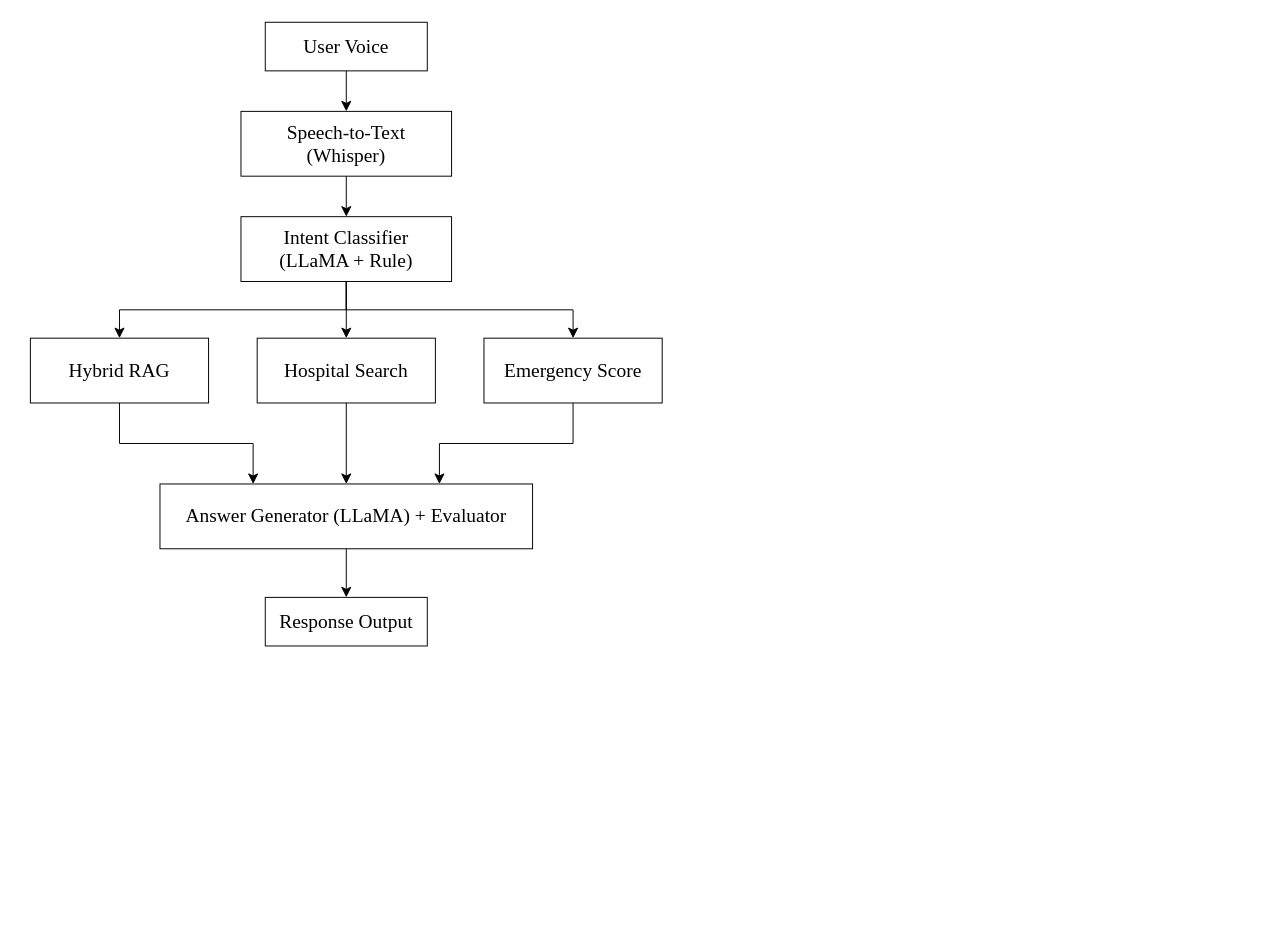
Earlier version of the draw.io diagram docs/system_architecture.drawio (lg-hellovision-dx-data-school/LGHelloDoctor). Source tidied: cells renumbered, new cells numbered last; positions are measured from the earlier drawing's top-left corner, leaving out a move shared by most shapes. Both pictures are drawn from the tidied source at 81%, with x=0, y=0 at pixel (30, 22).
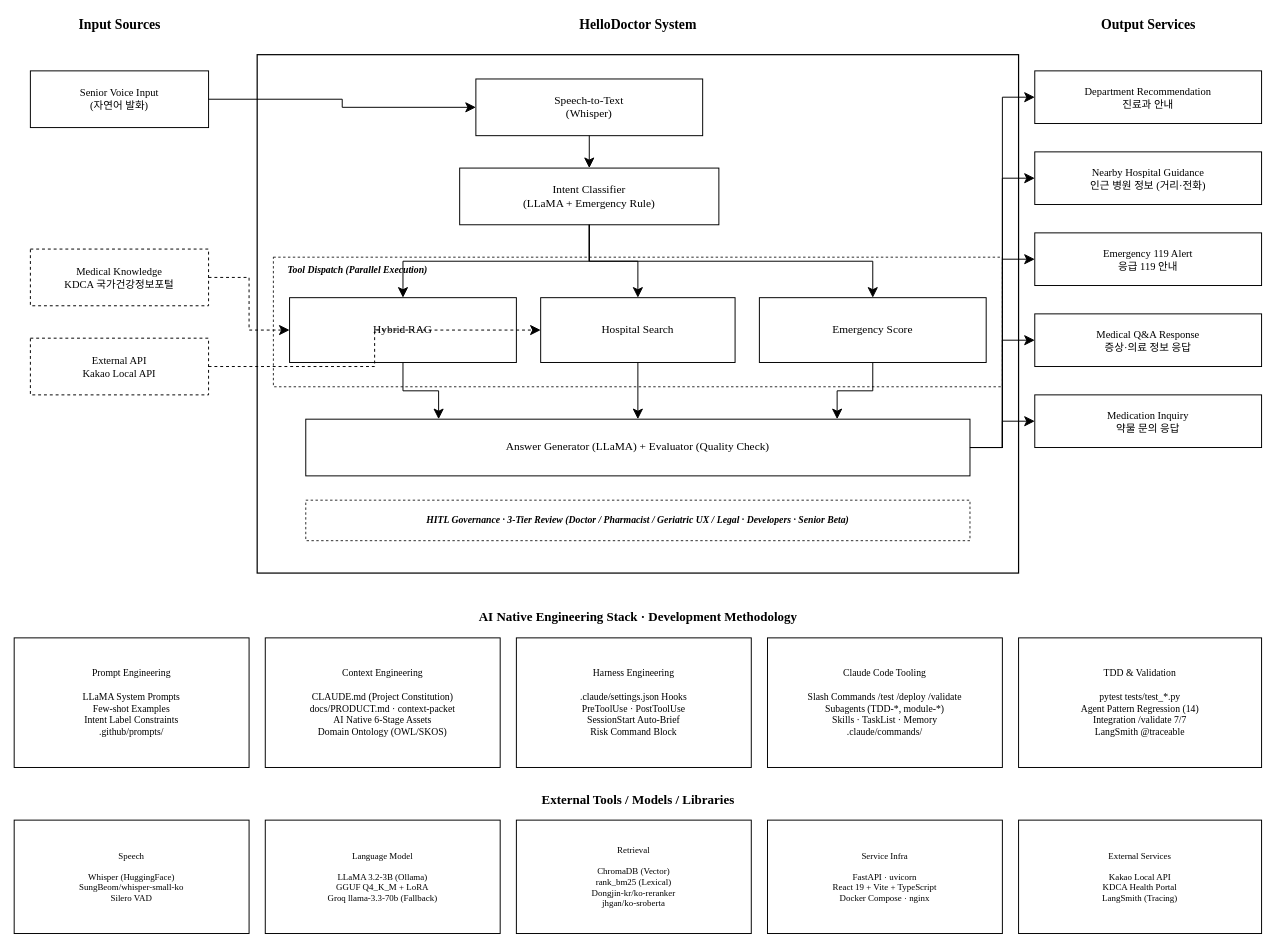
After the change.

The edit, as a diff of the source:
```diff
@@
-    <mxCell id="2" value="User Voice" style="rounded=0;whiteSpace=wrap;html=1;fillColor=#FFFFFF;strokeColor=#000000;fontSize=24;align=center;fontFamily=Times New Roman;fontColor=#000000;strokeWidth=1.2;" parent="1" vertex="1">
-      <mxGeometry x="290" width="200" height="60" as="geometry" />
-    </mxCell>
+    <mxCell id="19" value="Input Sources" style="text;html=1;align=center;verticalAlign=middle;fontSize=17;fontStyle=1;fontFamily=Times New Roman;fontColor=#000000;" parent="1" vertex="1">
+      <mxGeometry x="-20" y="-10" width="260" height="28" as="geometry" />
+    </mxCell>
+    <mxCell id="20" value="HelloDoctor System" style="text;html=1;align=center;verticalAlign=middle;fontSize=17;fontStyle=1;fontFamily=Times New Roman;fontColor=#000000;" parent="1" vertex="1">
+      <mxGeometry x="300" y="-10" width="900" height="28" as="geometry" />
+    </mxCell>
+    <mxCell id="21" value="Output Services" style="text;html=1;align=center;verticalAlign=middle;fontSize=17;fontStyle=1;fontFamily=Times New Roman;fontColor=#000000;" parent="1" vertex="1">
+      <mxGeometry x="1240" y="-10" width="280" height="28" as="geometry" />
+    </mxCell>
+    <mxCell id="22" value="Senior Voice Input&#10;(자연어 발화)" style="rounded=0;whiteSpace=wrap;html=1;fillColor=#FFFFFF;strokeColor=#000000;fontSize=13;align=center;fontFamily=Times New Roman;fontColor=#000000;strokeWidth=1.2;spacing=6;" parent="1" vertex="1">
+      <mxGeometry y="60" width="220" height="70" as="geometry" />
+    </mxCell>
+    <mxCell id="23" value="Medical Knowledge&#10;KDCA 국가건강정보포털" style="rounded=0;whiteSpace=wrap;html=1;fillColor=#FFFFFF;strokeColor=#000000;fontSize=13;align=center;fontFamily=Times New Roman;fontColor=#000000;strokeWidth=1.2;spacing=6;dashed=1;" parent="1" vertex="1">
+      <mxGeometry y="280" width="220" height="70" as="geometry" />
+    </mxCell>
+    <mxCell id="24" value="External API&#10;Kakao Local API" style="rounded=0;whiteSpace=wrap;html=1;fillColor=#FFFFFF;strokeColor=#000000;fontSize=13;align=center;fontFamily=Times New Roman;fontColor=#000000;strokeWidth=1.2;spacing=6;dashed=1;" parent="1" vertex="1">
+      <mxGeometry y="390" width="220" height="70" as="geometry" />
+    </mxCell>
+    <mxCell id="25" style="rounded=0;whiteSpace=wrap;html=1;fillColor=none;strokeColor=#000000;strokeWidth=1.5;" parent="1" vertex="1">
+      <mxGeometry x="280" y="40" width="940" height="640" as="geometry" />
+    </mxCell>
-    <mxCell id="3" value="Speech-to-Text&#10;(Whisper)" style="rounded=0;whiteSpace=wrap;html=1;fillColor=#FFFFFF;strokeColor=#000000;fontSize=24;align=center;fontFamily=Times New Roman;fontColor=#000000;strokeWidth=1.2;" parent="1" vertex="1">
-      <mxGeometry x="260" y="110" width="260" height="80" as="geometry" />
+    <mxCell id="3" value="Speech-to-Text&#10;(Whisper)" style="rounded=0;whiteSpace=wrap;html=1;fillColor=#FFFFFF;strokeColor=#000000;fontSize=14;align=center;fontFamily=Times New Roman;fontColor=#000000;strokeWidth=1.2;spacing=6;" parent="1" vertex="1">
+      <mxGeometry x="550" y="70" width="280" height="70" as="geometry" />
     </mxCell>
-    <mxCell id="4" value="Intent Classifier&#10;(LLaMA + Rule)" style="rounded=0;whiteSpace=wrap;html=1;fillColor=#FFFFFF;strokeColor=#000000;fontSize=24;align=center;fontFamily=Times New Roman;fontColor=#000000;strokeWidth=1.2;" parent="1" vertex="1">
-      <mxGeometry x="260" y="240" width="260" height="80" as="geometry" />
+    <mxCell id="4" value="Intent Classifier&#10;(LLaMA + Emergency Rule)" style="rounded=0;whiteSpace=wrap;html=1;fillColor=#FFFFFF;strokeColor=#000000;fontSize=14;align=center;fontFamily=Times New Roman;fontColor=#000000;strokeWidth=1.2;spacing=6;" parent="1" vertex="1">
+      <mxGeometry x="530" y="180" width="320" height="70" as="geometry" />
     </mxCell>
+    <mxCell id="26" style="rounded=0;whiteSpace=wrap;html=1;fillColor=none;strokeColor=#000000;strokeWidth=1;dashed=1;" parent="1" vertex="1">
+      <mxGeometry x="300" y="290" width="900" height="160" as="geometry" />
+    </mxCell>
+    <mxCell id="27" value="Tool Dispatch  (Parallel Execution)" style="text;html=1;align=left;verticalAlign=middle;fontSize=12;fontStyle=3;fontFamily=Times New Roman;fontColor=#000000;" parent="1" vertex="1">
+      <mxGeometry x="316" y="296" width="260" height="20" as="geometry" />
+    </mxCell>
-    <mxCell id="5" value="Hybrid RAG" style="rounded=0;whiteSpace=wrap;html=1;fillColor=#FFFFFF;strokeColor=#000000;fontSize=24;align=center;fontFamily=Times New Roman;fontColor=#000000;strokeWidth=1.2;" parent="1" vertex="1">
-      <mxGeometry y="390" width="220" height="80" as="geometry" />
+    <mxCell id="5" value="Hybrid RAG" style="rounded=0;whiteSpace=wrap;html=1;fillColor=#FFFFFF;strokeColor=#000000;fontSize=14;align=center;fontFamily=Times New Roman;fontColor=#000000;strokeWidth=1.2;spacing=6;" parent="1" vertex="1">
+      <mxGeometry x="320" y="340" width="280" height="80" as="geometry" />
     </mxCell>
-    <mxCell id="6" value="Hospital Search" style="rounded=0;whiteSpace=wrap;html=1;fillColor=#FFFFFF;strokeColor=#000000;fontSize=24;align=center;fontFamily=Times New Roman;fontColor=#000000;strokeWidth=1.2;" parent="1" vertex="1">
-      <mxGeometry x="280" y="390" width="220" height="80" as="geometry" />
+    <mxCell id="6" value="Hospital Search" style="rounded=0;whiteSpace=wrap;html=1;fillColor=#FFFFFF;strokeColor=#000000;fontSize=14;align=center;fontFamily=Times New Roman;fontColor=#000000;strokeWidth=1.2;spacing=6;" parent="1" vertex="1">
+      <mxGeometry x="630" y="340" width="240" height="80" as="geometry" />
     </mxCell>
-    <mxCell id="7" value="Emergency Score" style="rounded=0;whiteSpace=wrap;html=1;fillColor=#FFFFFF;strokeColor=#000000;fontSize=24;align=center;fontFamily=Times New Roman;fontColor=#000000;strokeWidth=1.2;" parent="1" vertex="1">
-      <mxGeometry x="560" y="390" width="220" height="80" as="geometry" />
+    <mxCell id="7" value="Emergency Score" style="rounded=0;whiteSpace=wrap;html=1;fillColor=#FFFFFF;strokeColor=#000000;fontSize=14;align=center;fontFamily=Times New Roman;fontColor=#000000;strokeWidth=1.2;spacing=6;" parent="1" vertex="1">
+      <mxGeometry x="900" y="340" width="280" height="80" as="geometry" />
     </mxCell>
-    <mxCell id="8" value="Answer Generator (LLaMA) + Evaluator" style="rounded=0;whiteSpace=wrap;html=1;fillColor=#FFFFFF;strokeColor=#000000;fontSize=24;align=center;fontFamily=Times New Roman;fontColor=#000000;strokeWidth=1.2;" parent="1" vertex="1">
-      <mxGeometry x="160" y="570" width="460" height="80" as="geometry" />
+    <mxCell id="8" value="Answer Generator (LLaMA) + Evaluator (Quality Check)" style="rounded=0;whiteSpace=wrap;html=1;fillColor=#FFFFFF;strokeColor=#000000;fontSize=14;align=center;fontFamily=Times New Roman;fontColor=#000000;strokeWidth=1.2;spacing=6;" parent="1" vertex="1">
+      <mxGeometry x="340" y="490" width="820" height="70" as="geometry" />
     </mxCell>
-    <mxCell id="9" value="Response Output" style="rounded=0;whiteSpace=wrap;html=1;fillColor=#FFFFFF;strokeColor=#000000;fontSize=24;align=center;fontFamily=Times New Roman;fontColor=#000000;strokeWidth=1.2;" parent="1" vertex="1">
-      <mxGeometry x="290" y="710" width="200" height="60" as="geometry" />
-    </mxCell>
-    <mxCell id="10" style="endArrow=classic;html=1;strokeColor=#000000;strokeWidth=1.2;endSize=10;exitX=0.5;exitY=1;entryX=0.5;entryY=0;edgeStyle=orthogonalEdgeStyle;rounded=0;fontSize=24;" parent="1" edge="1" source="2" target="3">
-      <mxGeometry relative="1" as="geometry" />
-    </mxCell>
+    <mxCell id="28" value="HITL Governance  ·  3-Tier Review  (Doctor / Pharmacist / Geriatric UX / Legal · Developers · Senior Beta)" style="rounded=0;whiteSpace=wrap;html=1;fillColor=#FFFFFF;strokeColor=#000000;fontSize=12;align=center;fontFamily=Times New Roman;fontColor=#000000;strokeWidth=1;fontStyle=3;spacing=4;dashed=1;" parent="1" vertex="1">
+      <mxGeometry x="340" y="590" width="820" height="50" as="geometry" />
+    </mxCell>
+    <mxCell id="29" value="Department Recommendation&#10;진료과 안내" style="rounded=0;whiteSpace=wrap;html=1;fillColor=#FFFFFF;strokeColor=#000000;fontSize=13;align=center;fontFamily=Times New Roman;fontColor=#000000;strokeWidth=1.2;spacing=6;" parent="1" vertex="1">
+      <mxGeometry x="1240" y="60" width="280" height="65" as="geometry" />
+    </mxCell>
+    <mxCell id="30" value="Nearby Hospital Guidance&#10;인근 병원 정보 (거리·전화)" style="rounded=0;whiteSpace=wrap;html=1;fillColor=#FFFFFF;strokeColor=#000000;fontSize=13;align=center;fontFamily=Times New Roman;fontColor=#000000;strokeWidth=1.2;spacing=6;" parent="1" vertex="1">
+      <mxGeometry x="1240" y="160" width="280" height="65" as="geometry" />
+    </mxCell>
+    <mxCell id="31" value="Emergency 119 Alert&#10;응급 119 안내" style="rounded=0;whiteSpace=wrap;html=1;fillColor=#FFFFFF;strokeColor=#000000;fontSize=13;align=center;fontFamily=Times New Roman;fontColor=#000000;strokeWidth=1.2;spacing=6;" parent="1" vertex="1">
+      <mxGeometry x="1240" y="260" width="280" height="65" as="geometry" />
+    </mxCell>
+    <mxCell id="32" value="Medical Q&amp;A Response&#10;증상·의료 정보 응답" style="rounded=0;whiteSpace=wrap;html=1;fillColor=#FFFFFF;strokeColor=#000000;fontSize=13;align=center;fontFamily=Times New Roman;fontColor=#000000;strokeWidth=1.2;spacing=6;" parent="1" vertex="1">
+      <mxGeometry x="1240" y="360" width="280" height="65" as="geometry" />
+    </mxCell>
+    <mxCell id="33" value="Medication Inquiry&#10;약물 문의 응답" style="rounded=0;whiteSpace=wrap;html=1;fillColor=#FFFFFF;strokeColor=#000000;fontSize=13;align=center;fontFamily=Times New Roman;fontColor=#000000;strokeWidth=1.2;spacing=6;" parent="1" vertex="1">
+      <mxGeometry x="1240" y="460" width="280" height="65" as="geometry" />
+    </mxCell>
+    <mxCell id="34" style="endArrow=classic;html=1;strokeColor=#000000;strokeWidth=1.2;endSize=10;exitX=1;exitY=0.5;entryX=0;entryY=0.5;edgeStyle=orthogonalEdgeStyle;rounded=0;" parent="1" edge="1" source="22" target="3">
+      <mxGeometry relative="1" as="geometry" />
+    </mxCell>
+    <mxCell id="35" style="endArrow=classic;html=1;strokeColor=#000000;strokeWidth=1.2;dashed=1;endSize=10;exitX=1;exitY=0.5;entryX=0;entryY=0.5;edgeStyle=orthogonalEdgeStyle;rounded=0;" parent="1" edge="1" source="23" target="5">
+      <mxGeometry relative="1" as="geometry" />
+    </mxCell>
+    <mxCell id="36" style="endArrow=classic;html=1;strokeColor=#000000;strokeWidth=1.2;dashed=1;endSize=10;exitX=1;exitY=0.5;entryX=0;entryY=0.5;edgeStyle=orthogonalEdgeStyle;rounded=0;" parent="1" edge="1" source="24" target="6">
+      <mxGeometry relative="1" as="geometry" />
+    </mxCell>
-    <mxCell id="11" style="endArrow=classic;html=1;strokeColor=#000000;strokeWidth=1.2;endSize=10;exitX=0.5;exitY=1;entryX=0.5;entryY=0;edgeStyle=orthogonalEdgeStyle;rounded=0;fontSize=24;" parent="1" edge="1" source="3" target="4">
+    <mxCell id="11" style="endArrow=classic;html=1;strokeColor=#000000;strokeWidth=1.2;endSize=10;exitX=0.5;exitY=1;entryX=0.5;entryY=0;edgeStyle=orthogonalEdgeStyle;rounded=0;" parent="1" edge="1" source="3" target="4">
       <mxGeometry relative="1" as="geometry" />
     </mxCell>
-    <mxCell id="12" style="endArrow=classic;html=1;strokeColor=#000000;strokeWidth=1.2;endSize=10;exitX=0.5;exitY=1;entryX=0.5;entryY=0;edgeStyle=orthogonalEdgeStyle;rounded=0;fontSize=24;" parent="1" edge="1" source="4" target="5">
+    <mxCell id="12" style="endArrow=classic;html=1;strokeColor=#000000;strokeWidth=1.2;endSize=10;exitX=0.5;exitY=1;entryX=0.5;entryY=0;edgeStyle=orthogonalEdgeStyle;rounded=0;" parent="1" edge="1" source="4" target="5">
       <mxGeometry relative="1" as="geometry" />
     </mxCell>
-    <mxCell id="13" style="endArrow=classic;html=1;strokeColor=#000000;strokeWidth=1.2;endSize=10;exitX=0.5;exitY=1;entryX=0.5;entryY=0;edgeStyle=orthogonalEdgeStyle;rounded=0;fontSize=24;" parent="1" edge="1" source="4" target="6">
+    <mxCell id="13" style="endArrow=classic;html=1;strokeColor=#000000;strokeWidth=1.2;endSize=10;exitX=0.5;exitY=1;entryX=0.5;entryY=0;edgeStyle=orthogonalEdgeStyle;rounded=0;" parent="1" edge="1" source="4" target="6">
       <mxGeometry relative="1" as="geometry" />
     </mxCell>
-    <mxCell id="14" style="endArrow=classic;html=1;strokeColor=#000000;strokeWidth=1.2;endSize=10;exitX=0.5;exitY=1;entryX=0.5;entryY=0;edgeStyle=orthogonalEdgeStyle;rounded=0;fontSize=24;" parent="1" edge="1" source="4" target="7">
+    <mxCell id="14" style="endArrow=classic;html=1;strokeColor=#000000;strokeWidth=1.2;endSize=10;exitX=0.5;exitY=1;entryX=0.5;entryY=0;edgeStyle=orthogonalEdgeStyle;rounded=0;" parent="1" edge="1" source="4" target="7">
       <mxGeometry relative="1" as="geometry" />
     </mxCell>
-    <mxCell id="15" style="endArrow=classic;html=1;strokeColor=#000000;strokeWidth=1.2;endSize=10;exitX=0.5;exitY=1;entryX=0.25;entryY=0;edgeStyle=orthogonalEdgeStyle;rounded=0;fontSize=24;" parent="1" edge="1" source="5" target="8">
+    <mxCell id="15" style="endArrow=classic;html=1;strokeColor=#000000;strokeWidth=1.2;endSize=10;exitX=0.5;exitY=1;entryX=0.2;entryY=0;edgeStyle=orthogonalEdgeStyle;rounded=0;" parent="1" edge="1" source="5" target="8">
       <mxGeometry relative="1" as="geometry" />
     </mxCell>
-    <mxCell id="16" style="endArrow=classic;html=1;strokeColor=#000000;strokeWidth=1.2;endSize=10;exitX=0.5;exitY=1;entryX=0.5;entryY=0;edgeStyle=orthogonalEdgeStyle;rounded=0;fontSize=24;" parent="1" edge="1" source="6" target="8">
+    <mxCell id="16" style="endArrow=classic;html=1;strokeColor=#000000;strokeWidth=1.2;endSize=10;exitX=0.5;exitY=1;entryX=0.5;entryY=0;edgeStyle=orthogonalEdgeStyle;rounded=0;" parent="1" edge="1" source="6" target="8">
       <mxGeometry relative="1" as="geometry" />
     </mxCell>
-    <mxCell id="17" style="endArrow=classic;html=1;strokeColor=#000000;strokeWidth=1.2;endSize=10;exitX=0.5;exitY=1;entryX=0.75;entryY=0;edgeStyle=orthogonalEdgeStyle;rounded=0;fontSize=24;" parent="1" edge="1" source="7" target="8">
+    <mxCell id="17" style="endArrow=classic;html=1;strokeColor=#000000;strokeWidth=1.2;endSize=10;exitX=0.5;exitY=1;entryX=0.8;entryY=0;edgeStyle=orthogonalEdgeStyle;rounded=0;" parent="1" edge="1" source="7" target="8">
       <mxGeometry relative="1" as="geometry" />
     </mxCell>
-    <mxCell id="18" style="endArrow=classic;html=1;strokeColor=#000000;strokeWidth=1.2;endSize=10;exitX=0.5;exitY=1;entryX=0.5;entryY=0;edgeStyle=orthogonalEdgeStyle;rounded=0;fontSize=24;" parent="1" edge="1" source="8" target="9">
-      <mxGeometry relative="1" as="geometry" />
-    </mxCell>
+    <mxCell id="37" style="endArrow=classic;html=1;strokeColor=#000000;strokeWidth=1.2;endSize=10;exitX=1;exitY=0.5;entryX=0;entryY=0.5;edgeStyle=orthogonalEdgeStyle;rounded=0;" parent="1" edge="1" source="8" target="29">
+      <mxGeometry relative="1" as="geometry">
+        <Array as="points">
+          <mxPoint x="1200" y="525" />
+          <mxPoint x="1200" y="92" />
+        </Array>
+      </mxGeometry>
+    </mxCell>
+    <mxCell id="38" style="endArrow=classic;html=1;strokeColor=#000000;strokeWidth=1.2;endSize=10;exitX=1;exitY=0.5;entryX=0;entryY=0.5;edgeStyle=orthogonalEdgeStyle;rounded=0;" parent="1" edge="1" source="8" target="30">
+      <mxGeometry relative="1" as="geometry">
+        <Array as="points">
+          <mxPoint x="1200" y="525" />
+          <mxPoint x="1200" y="192" />
+        </Array>
+      </mxGeometry>
+    </mxCell>
+    <mxCell id="39" style="endArrow=classic;html=1;strokeColor=#000000;strokeWidth=1.2;endSize=10;exitX=1;exitY=0.5;entryX=0;entryY=0.5;edgeStyle=orthogonalEdgeStyle;rounded=0;" parent="1" edge="1" source="8" target="31">
+      <mxGeometry relative="1" as="geometry">
+        <Array as="points">
+          <mxPoint x="1200" y="525" />
+          <mxPoint x="1200" y="292" />
+        </Array>
+      </mxGeometry>
+    </mxCell>
+    <mxCell id="40" style="endArrow=classic;html=1;strokeColor=#000000;strokeWidth=1.2;endSize=10;exitX=1;exitY=0.5;entryX=0;entryY=0.5;edgeStyle=orthogonalEdgeStyle;rounded=0;" parent="1" edge="1" source="8" target="32">
+      <mxGeometry relative="1" as="geometry" />
+    </mxCell>
+    <mxCell id="41" style="endArrow=classic;html=1;strokeColor=#000000;strokeWidth=1.2;endSize=10;exitX=1;exitY=0.5;entryX=0;entryY=0.5;edgeStyle=orthogonalEdgeStyle;rounded=0;" parent="1" edge="1" source="8" target="33">
+      <mxGeometry relative="1" as="geometry">
+        <Array as="points">
+          <mxPoint x="1200" y="525" />
+          <mxPoint x="1200" y="492" />
+        </Array>
+      </mxGeometry>
+    </mxCell>
+    <mxCell id="42" value="AI Native Engineering Stack  ·  Development Methodology" style="text;html=1;align=center;verticalAlign=middle;fontSize=16;fontStyle=1;fontFamily=Times New Roman;fontColor=#000000;" parent="1" vertex="1">
+      <mxGeometry x="-20" y="720" width="1540" height="28" as="geometry" />
+    </mxCell>
+    <mxCell id="43" value="Prompt Engineering&#10;&#10;LLaMA System Prompts&#10;Few-shot Examples&#10;Intent Label Constraints&#10;.github/prompts/" style="rounded=0;whiteSpace=wrap;html=1;fillColor=#FFFFFF;strokeColor=#000000;fontSize=12;align=center;fontFamily=Times New Roman;fontColor=#000000;strokeWidth=1.2;spacing=6;" parent="1" vertex="1">
+      <mxGeometry x="-20" y="760" width="290" height="160" as="geometry" />
+    </mxCell>
+    <mxCell id="44" value="Context Engineering&#10;&#10;CLAUDE.md (Project Constitution)&#10;docs/PRODUCT.md · context-packet&#10;AI Native 6-Stage Assets&#10;Domain Ontology (OWL/SKOS)" style="rounded=0;whiteSpace=wrap;html=1;fillColor=#FFFFFF;strokeColor=#000000;fontSize=12;align=center;fontFamily=Times New Roman;fontColor=#000000;strokeWidth=1.2;spacing=6;" parent="1" vertex="1">
+      <mxGeometry x="290" y="760" width="290" height="160" as="geometry" />
+    </mxCell>
+    <mxCell id="45" value="Harness Engineering&#10;&#10;.claude/settings.json Hooks&#10;PreToolUse · PostToolUse&#10;SessionStart Auto-Brief&#10;Risk Command Block" style="rounded=0;whiteSpace=wrap;html=1;fillColor=#FFFFFF;strokeColor=#000000;fontSize=12;align=center;fontFamily=Times New Roman;fontColor=#000000;strokeWidth=1.2;spacing=6;" parent="1" vertex="1">
+      <mxGeometry x="600" y="760" width="290" height="160" as="geometry" />
+    </mxCell>
+    <mxCell id="46" value="Claude Code Tooling&#10;&#10;Slash Commands  /test  /deploy  /validate&#10;Subagents (TDD-*, module-*)&#10;Skills · TaskList · Memory&#10;.claude/commands/" style="rounded=0;whiteSpace=wrap;html=1;fillColor=#FFFFFF;strokeColor=#000000;fontSize=12;align=center;fontFamily=Times New Roman;fontColor=#000000;strokeWidth=1.2;spacing=6;" parent="1" vertex="1">
+      <mxGeometry x="910" y="760" width="290" height="160" as="geometry" />
+    </mxCell>
+    <mxCell id="47" value="TDD &amp; Validation&#10;&#10;pytest  tests/test_*.py&#10;Agent Pattern Regression (14)&#10;Integration /validate 7/7&#10;LangSmith @traceable" style="rounded=0;whiteSpace=wrap;html=1;fillColor=#FFFFFF;strokeColor=#000000;fontSize=12;align=center;fontFamily=Times New Roman;fontColor=#000000;strokeWidth=1.2;spacing=6;" parent="1" vertex="1">
+      <mxGeometry x="1220" y="760" width="300" height="160" as="geometry" />
+    </mxCell>
+    <mxCell id="48" value="External Tools / Models / Libraries" style="text;html=1;align=center;verticalAlign=middle;fontSize=16;fontStyle=1;fontFamily=Times New Roman;fontColor=#000000;" parent="1" vertex="1">
+      <mxGeometry x="-20" y="945" width="1540" height="28" as="geometry" />
+    </mxCell>
+    <mxCell id="49" value="Speech&#10;&#10;Whisper (HuggingFace)&#10;SungBeom/whisper-small-ko&#10;Silero VAD" style="rounded=0;whiteSpace=wrap;html=1;fillColor=#FFFFFF;strokeColor=#000000;fontSize=11;align=center;fontFamily=Times New Roman;fontColor=#000000;strokeWidth=1.2;spacing=4;" parent="1" vertex="1">
+      <mxGeometry x="-20" y="985" width="290" height="140" as="geometry" />
+    </mxCell>
+    <mxCell id="50" value="Language Model&#10;&#10;LLaMA 3.2-3B (Ollama)&#10;GGUF Q4_K_M + LoRA&#10;Groq llama-3.3-70b (Fallback)" style="rounded=0;whiteSpace=wrap;html=1;fillColor=#FFFFFF;strokeColor=#000000;fontSize=11;align=center;fontFamily=Times New Roman;fontColor=#000000;strokeWidth=1.2;spacing=4;" parent="1" vertex="1">
+      <mxGeometry x="290" y="985" width="290" height="140" as="geometry" />
+    </mxCell>
+    <mxCell id="51" value="Retrieval&#10;&#10;ChromaDB (Vector)&#10;rank_bm25 (Lexical)&#10;Dongjin-kr/ko-reranker&#10;jhgan/ko-sroberta" style="rounded=0;whiteSpace=wrap;html=1;fillColor=#FFFFFF;strokeColor=#000000;fontSize=11;align=center;fontFamily=Times New Roman;fontColor=#000000;strokeWidth=1.2;spacing=4;" parent="1" vertex="1">
+      <mxGeometry x="600" y="985" width="290" height="140" as="geometry" />
+    </mxCell>
+    <mxCell id="52" value="Service Infra&#10;&#10;FastAPI · uvicorn&#10;React 19 + Vite + TypeScript&#10;Docker Compose · nginx" style="rounded=0;whiteSpace=wrap;html=1;fillColor=#FFFFFF;strokeColor=#000000;fontSize=11;align=center;fontFamily=Times New Roman;fontColor=#000000;strokeWidth=1.2;spacing=4;" parent="1" vertex="1">
+      <mxGeometry x="910" y="985" width="290" height="140" as="geometry" />
+    </mxCell>
+    <mxCell id="53" value="External Services&#10;&#10;Kakao Local API&#10;KDCA Health Portal&#10;LangSmith (Tracing)" style="rounded=0;whiteSpace=wrap;html=1;fillColor=#FFFFFF;strokeColor=#000000;fontSize=11;align=center;fontFamily=Times New Roman;fontColor=#000000;strokeWidth=1.2;spacing=4;" parent="1" vertex="1">
+      <mxGeometry x="1220" y="985" width="300" height="140" as="geometry" />
+    </mxCell>
```
